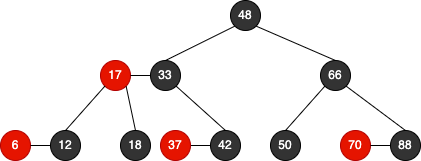
Before: images/rb-23-tree.png, a diagram exported from draw.io (fastzhong/mth252). Source tidied: cells renumbered, new cells last; positions are measured from the earlier drawing's top-left corner, leaving out a move shared by most shapes.
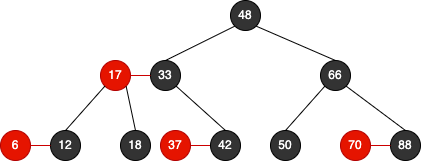
After the change.

What changed in the source:
```diff
@@ -20,7 +20,7 @@
     <mxCell id="7" value="&lt;font color=&quot;#ffffff&quot;&gt;17&lt;/font&gt;" style="ellipse;whiteSpace=wrap;html=1;fillColor=#e51400;fontColor=#ffffff;strokeColor=#B20000;" parent="1" vertex="1">
       <mxGeometry x="100" y="60" width="30" height="30" as="geometry" />
     </mxCell>
-    <mxCell id="8" style="endArrow=none;html=1;rounded=0;fontColor=#FFFFFF;entryX=0;entryY=0.5;entryDx=0;entryDy=0;exitX=1;exitY=0.5;exitDx=0;exitDy=0;" parent="1" edge="1" source="7" target="5">
+    <mxCell id="8" style="endArrow=none;html=1;rounded=0;fontColor=#FFFFFF;entryX=0;entryY=0.5;entryDx=0;entryDy=0;exitX=1;exitY=0.5;exitDx=0;exitDy=0;strokeColor=#CC0000;" parent="1" edge="1" source="7" target="5">
       <mxGeometry relative="1" as="geometry" />
     </mxCell>
     <mxCell id="9" value="&lt;font color=&quot;#ffffff&quot;&gt;18&lt;/font&gt;" style="ellipse;whiteSpace=wrap;html=1;fillColor=#333333;gradientColor=none;" parent="1" vertex="1">
@@ -41,7 +41,7 @@
     <mxCell id="14" value="&lt;font color=&quot;#ffffff&quot;&gt;88&lt;/font&gt;" style="ellipse;whiteSpace=wrap;html=1;fillColor=#333333;gradientColor=none;" parent="1" vertex="1">
       <mxGeometry x="390" y="130" width="30" height="30" as="geometry" />
     </mxCell>
-    <mxCell id="15" style="endArrow=none;html=1;rounded=0;fontColor=#FFFFFF;entryX=0;entryY=0.5;entryDx=0;entryDy=0;exitX=1;exitY=0.5;exitDx=0;exitDy=0;" parent="1" edge="1" source="13" target="14">
+    <mxCell id="15" style="endArrow=none;html=1;rounded=0;fontColor=#FFFFFF;entryX=0;entryY=0.5;entryDx=0;entryDy=0;exitX=1;exitY=0.5;exitDx=0;exitDy=0;strokeColor=#CC0000;" parent="1" edge="1" source="13" target="14">
       <mxGeometry relative="1" as="geometry" />
     </mxCell>
     <mxCell id="16" style="endArrow=none;html=1;rounded=0;fontColor=#FFFFFF;entryX=1;entryY=1;entryDx=0;entryDy=0;exitX=0.5;exitY=0;exitDx=0;exitDy=0;" parent="1" edge="1" source="14" target="6">
@@ -50,7 +50,7 @@
     <mxCell id="17" style="endArrow=none;html=1;rounded=0;fontColor=#FFFFFF;entryX=0;entryY=1;entryDx=0;entryDy=0;exitX=0.5;exitY=0;exitDx=0;exitDy=0;" parent="1" edge="1" source="12" target="6">
       <mxGeometry relative="1" as="geometry" />
     </mxCell>
-    <mxCell id="18" style="endArrow=none;html=1;rounded=0;fontColor=#FFFFFF;entryX=0;entryY=0.5;entryDx=0;entryDy=0;exitX=1;exitY=0.5;exitDx=0;exitDy=0;" parent="1" edge="1" source="20" target="19">
+    <mxCell id="18" style="endArrow=none;html=1;rounded=0;fontColor=#FFFFFF;entryX=0;entryY=0.5;entryDx=0;entryDy=0;exitX=1;exitY=0.5;exitDx=0;exitDy=0;strokeColor=#CC0000;" parent="1" edge="1" source="20" target="19">
       <mxGeometry relative="1" as="geometry" />
     </mxCell>
     <mxCell id="19" value="&lt;font color=&quot;#ffffff&quot;&gt;42&lt;/font&gt;" style="ellipse;whiteSpace=wrap;html=1;fillColor=#333333;gradientColor=none;" parent="1" vertex="1">
@@ -59,7 +59,7 @@
     <mxCell id="20" value="&lt;font color=&quot;#ffffff&quot;&gt;37&lt;/font&gt;" style="ellipse;whiteSpace=wrap;html=1;fillColor=#e51400;fontColor=#ffffff;strokeColor=#B20000;" parent="1" vertex="1">
       <mxGeometry x="160" y="130" width="30" height="30" as="geometry" />
     </mxCell>
-    <mxCell id="21" style="endArrow=none;html=1;rounded=0;fontColor=#FFFFFF;entryX=1;entryY=0.5;entryDx=0;entryDy=0;exitX=0;exitY=0.5;exitDx=0;exitDy=0;" parent="1" edge="1" source="11" target="10">
+    <mxCell id="21" style="endArrow=none;html=1;rounded=0;fontColor=#FFFFFF;entryX=1;entryY=0.5;entryDx=0;entryDy=0;exitX=0;exitY=0.5;exitDx=0;exitDy=0;strokeColor=#CC0000;" parent="1" edge="1" source="11" target="10">
       <mxGeometry relative="1" as="geometry" />
     </mxCell>
     <mxCell id="22" style="endArrow=none;html=1;rounded=0;fontColor=#FFFFFF;entryX=1;entryY=1;entryDx=0;entryDy=0;exitX=0.5;exitY=0;exitDx=0;exitDy=0;" parent="1" edge="1" source="19" target="5">
```
